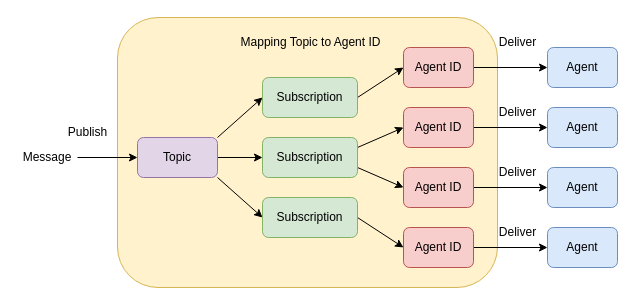
The draw.io diagram python/packages/autogen-core/docs/drawio/subscription.drawio in amaziatower/aider-model-train, before the edit. Source tidied: cells renumbered, new cells numbered last; positions are measured from the earlier drawing's top-left corner, leaving out a move shared by most shapes. Both pictures are drawn from the tidied source at 100%, with x=0, y=0 at pixel (17, 17).
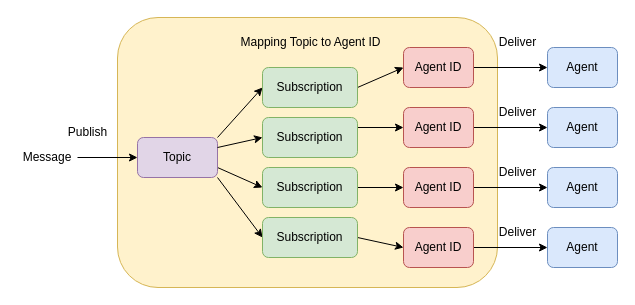
After the change.

Commit message (it also covers changes not shown here):
Fix figure in subscription doc (#534)

Unchanged cells that the change refers to:
```xml
<mxCell id="6" value="Topic" style="rounded=1;whiteSpace=wrap;html=1;fillColor=#e1d5e7;strokeColor=#9673a6;" parent="1" vertex="1">
  <mxGeometry x="120" y="120" width="80" height="40" as="geometry" />
</mxCell>
<mxCell id="19" value="Agent ID" style="rounded=1;whiteSpace=wrap;html=1;fillColor=#f8cecc;strokeColor=#b85450;" parent="1" vertex="1">
  <mxGeometry x="386" y="150" width="70" height="40" as="geometry" />
</mxCell>
```

Change to the diagram source:
```diff
@@
-    <mxCell id="4" style="edgeStyle=orthogonalEdgeStyle;rounded=0;jettySize=auto;html=1;exitX=1;exitY=0.5;exitDx=0;exitDy=0;entryX=0;entryY=0.5;entryDx=0;entryDy=0;" parent="1" edge="1" source="6" target="11">
+    <mxCell id="4" style="rounded=0;jettySize=auto;html=1;exitX=1;exitY=0.75;exitDx=0;exitDy=0;entryX=0;entryY=0.5;entryDx=0;entryDy=0;" parent="1" edge="1" source="6" target="34">
       <mxGeometry relative="1" as="geometry" />
     </mxCell>
@@
     <mxCell id="8" value="Subscription" style="rounded=1;whiteSpace=wrap;html=1;fillColor=#d5e8d4;strokeColor=#82b366;" parent="1" vertex="1">
-      <mxGeometry x="245" y="60" width="95" height="40" as="geometry" />
+      <mxGeometry x="245" y="50" width="95" height="40" as="geometry" />
     </mxCell>
@@
-    <mxCell id="10" style="rounded=0;jettySize=auto;html=1;exitX=1;exitY=0.75;exitDx=0;exitDy=0;entryX=0;entryY=0.5;entryDx=0;entryDy=0;" parent="1" edge="1" source="11" target="19">
+    <mxCell id="10" style="rounded=0;jettySize=auto;html=1;exitX=1;exitY=0.5;exitDx=0;exitDy=0;entryX=0;entryY=0.5;entryDx=0;entryDy=0;" parent="1" edge="1" source="34" target="19">
       <mxGeometry relative="1" as="geometry" />
     </mxCell>
     <mxCell id="11" value="Subscription" style="rounded=1;whiteSpace=wrap;html=1;fillColor=#d5e8d4;strokeColor=#82b366;" parent="1" vertex="1">
-      <mxGeometry x="245" y="120" width="95" height="40" as="geometry" />
+      <mxGeometry x="245" y="100" width="95" height="40" as="geometry" />
     </mxCell>
@@
     <mxCell id="13" value="Subscription" style="rounded=1;whiteSpace=wrap;html=1;fillColor=#d5e8d4;strokeColor=#82b366;" parent="1" vertex="1">
-      <mxGeometry x="245" y="180" width="95" height="40" as="geometry" />
+      <mxGeometry x="245" y="200" width="95" height="40" as="geometry" />
     </mxCell>
@@
+    <mxCell id="34" value="Subscription" style="rounded=1;whiteSpace=wrap;html=1;fillColor=#d5e8d4;strokeColor=#82b366;" parent="1" vertex="1">
+      <mxGeometry x="245" y="150" width="95" height="40" as="geometry" />
+    </mxCell>
+    <mxCell id="35" style="rounded=0;jettySize=auto;html=1;exitX=1;exitY=0.25;exitDx=0;exitDy=0;entryX=0;entryY=0.5;entryDx=0;entryDy=0;" parent="1" edge="1" source="6" target="11">
+      <mxGeometry relative="1" as="geometry" />
+    </mxCell>
```
